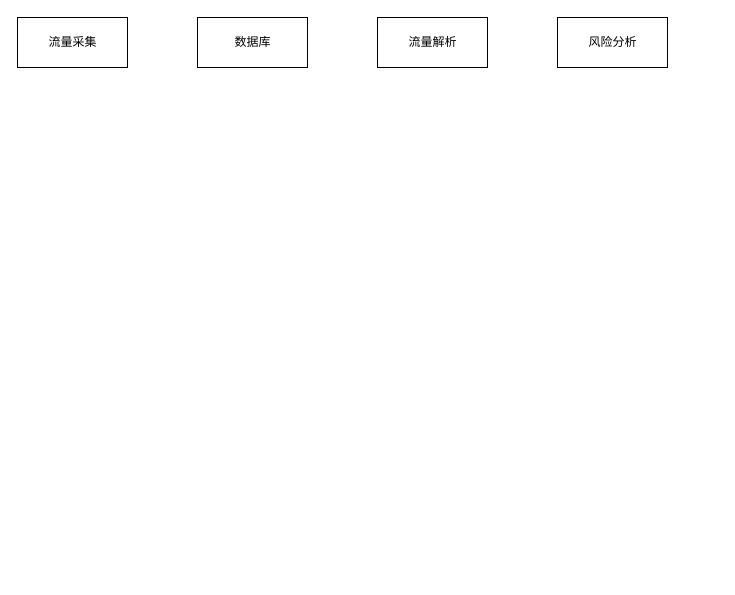
This is 流量解析时序图.drawio from DeanYang121/typora_images, a draw.io file, before an edit. Source tidied: cells renumbered, new cells numbered last; positions are measured from the earlier drawing's top-left corner, leaving out a move shared by most shapes. Both pictures are drawn from the tidied source at 100%, with x=0, y=0 at pixel (17, 17).
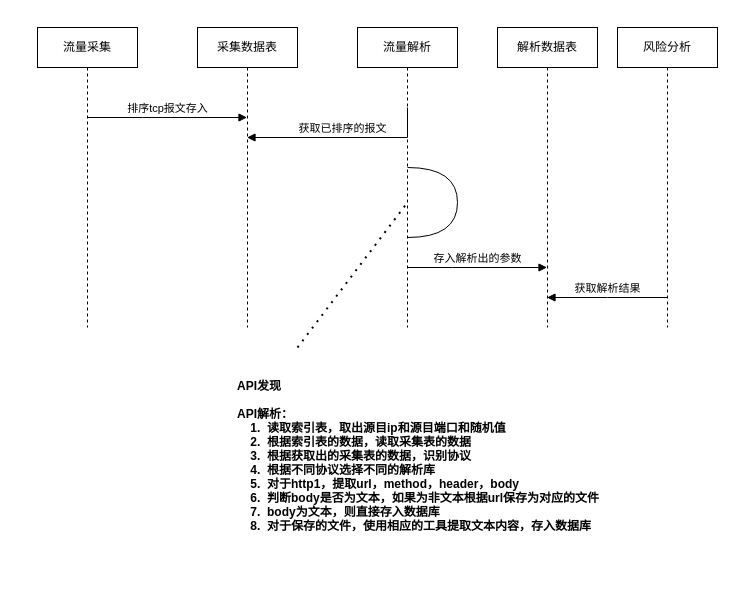
The same page after the edit.

Commit message:
更新流量解析时序图.drawio

What changed in the source:
```diff
@@
 <mxGraphModel>
   <root>
     <mxCell id="0" />
     <mxCell id="1" parent="0" />
-    <mxCell id="2" value="流量解析" style="html=1;" parent="1" vertex="1">
-      <mxGeometry x="360" width="110" height="50" as="geometry" />
+    <mxCell id="2" value="流量解析" style="shape=umlLifeline;perimeter=lifelinePerimeter;whiteSpace=wrap;html=1;newEdgeStyle={&quot;edgeStyle&quot;:&quot;elbowEdgeStyle&quot;,&quot;elbow&quot;:&quot;vertical&quot;,&quot;curved&quot;:0,&quot;rounded&quot;:0};" parent="1" vertex="1">
+      <mxGeometry x="340" y="10" width="100" height="300" as="geometry" />
     </mxCell>
-    <mxCell id="3" value="风险分析" style="html=1;" parent="1" vertex="1">
-      <mxGeometry x="540" width="110" height="50" as="geometry" />
+    <mxCell id="3" value="风险分析" style="shape=umlLifeline;perimeter=lifelinePerimeter;whiteSpace=wrap;html=1;outlineConnect=0;portConstraint=eastwest;newEdgeStyle={&quot;edgeStyle&quot;:&quot;elbowEdgeStyle&quot;,&quot;elbow&quot;:&quot;vertical&quot;,&quot;curved&quot;:0,&quot;rounded&quot;:0};" parent="1" vertex="1">
+      <mxGeometry x="600" y="10" width="100" height="300" as="geometry" />
     </mxCell>
-    <mxCell id="4" value="流量采集" style="html=1;" parent="1" vertex="1">
-      <mxGeometry width="110" height="50" as="geometry" />
+    <mxCell id="4" value="流量采集" style="shape=umlLifeline;perimeter=lifelinePerimeter;whiteSpace=wrap;html=1;outlineConnect=0;portConstraint=eastwest;newEdgeStyle={&quot;edgeStyle&quot;:&quot;elbowEdgeStyle&quot;,&quot;elbow&quot;:&quot;vertical&quot;,&quot;curved&quot;:0,&quot;rounded&quot;:0};" parent="1" vertex="1">
+      <mxGeometry x="20" y="10" width="100" height="300" as="geometry" />
     </mxCell>
-    <mxCell id="5" value="数据库" style="html=1;" parent="1" vertex="1">
-      <mxGeometry x="180" width="110" height="50" as="geometry" />
-    </mxCell>
+    <mxCell id="6" value="采集数据表" style="shape=umlLifeline;perimeter=lifelinePerimeter;whiteSpace=wrap;html=1;outlineConnect=0;portConstraint=eastwest;newEdgeStyle={&quot;edgeStyle&quot;:&quot;elbowEdgeStyle&quot;,&quot;elbow&quot;:&quot;vertical&quot;,&quot;curved&quot;:0,&quot;rounded&quot;:0};" parent="1" vertex="1">
+      <mxGeometry x="180" y="10" width="100" height="300" as="geometry" />
+    </mxCell>
+    <mxCell id="7" value="排序tcp报文存入" style="html=1;verticalAlign=bottom;endArrow=block;edgeStyle=elbowEdgeStyle;elbow=vertical;curved=0;rounded=0;exitX=0.5;exitY=0.3;exitDx=0;exitDy=0;exitPerimeter=0;" parent="1" edge="1" source="4" target="6">
+      <mxGeometry relative="1" as="geometry" />
+    </mxCell>
+    <mxCell id="8" value="获取已排序的报文" style="html=1;verticalAlign=bottom;endArrow=block;edgeStyle=elbowEdgeStyle;elbow=vertical;curved=0;rounded=0;" parent="1" edge="1" target="6">
+      <mxGeometry relative="1" as="geometry">
+        <mxPoint x="390" y="90" as="sourcePoint" />
+        <Array as="points">
+          <mxPoint x="360" y="120" />
+        </Array>
+      </mxGeometry>
+    </mxCell>
+    <mxCell id="9" value="解析数据表" style="shape=umlLifeline;perimeter=lifelinePerimeter;whiteSpace=wrap;html=1;outlineConnect=0;portConstraint=eastwest;newEdgeStyle={&quot;edgeStyle&quot;:&quot;elbowEdgeStyle&quot;,&quot;elbow&quot;:&quot;vertical&quot;,&quot;curved&quot;:0,&quot;rounded&quot;:0};" parent="1" vertex="1">
+      <mxGeometry x="480" y="10" width="100" height="300" as="geometry" />
+    </mxCell>
+    <mxCell id="10" style="shape=requiredInterface;html=1;verticalLabelPosition=bottom;sketch=0;" parent="1" vertex="1">
+      <mxGeometry x="390" y="150" width="50" height="70" as="geometry" />
+    </mxCell>
+    <mxCell id="11" value="API发现&#10;&#10;API解析：&#10;    1.  读取索引表，取出源目ip和源目端口和随机值&#10;    2.  根据索引表的数据，读取采集表的数据&#10;    3.  根据获取出的采集表的数据，识别协议&#10;    4.  根据不同协议选择不同的解析库&#10;    5.  对于http1，提取url，method，header，body&#10;    6.  判断body是否为文本，如果为非文本根据url保存为对应的文件&#10;    7.  body为文本，则直接存入数据库&#10;    8.  对于保存的文件，使用相应的工具提取文本内容，存入数据库&#10;" style="text;align=left;fontStyle=1;verticalAlign=middle;spacingLeft=3;spacingRight=3;strokeColor=none;" parent="1" vertex="1">
+      <mxGeometry x="215" y="330" width="400" height="230" as="geometry" />
+    </mxCell>
+    <mxCell id="12" style="endArrow=none;dashed=1;html=1;dashPattern=1 3;strokeWidth=2;rounded=0;entryX=0;entryY=0.5;entryDx=0;entryDy=0;entryPerimeter=0;" parent="1" edge="1" target="10">
+      <mxGeometry relative="1" as="geometry">
+        <mxPoint x="280" y="330" as="sourcePoint" />
+      </mxGeometry>
+    </mxCell>
+    <mxCell id="13" value="存入解析出的参数" style="html=1;verticalAlign=bottom;endArrow=block;edgeStyle=elbowEdgeStyle;elbow=vertical;curved=0;rounded=0;" parent="1" edge="1" target="9">
+      <mxGeometry relative="1" as="geometry">
+        <mxPoint x="390" y="250" as="sourcePoint" />
+      </mxGeometry>
+    </mxCell>
+    <mxCell id="14" value="获取解析结果" style="html=1;verticalAlign=bottom;endArrow=block;edgeStyle=elbowEdgeStyle;elbow=vertical;curved=0;rounded=0;" parent="1" edge="1" source="3" target="9">
+      <mxGeometry relative="1" as="geometry">
+        <Array as="points">
+          <mxPoint x="590" y="280" />
+          <mxPoint x="600" y="280" />
+          <mxPoint x="600" y="280" />
+        </Array>
+      </mxGeometry>
+    </mxCell>
   </root>
 </mxGraphModel>
```
